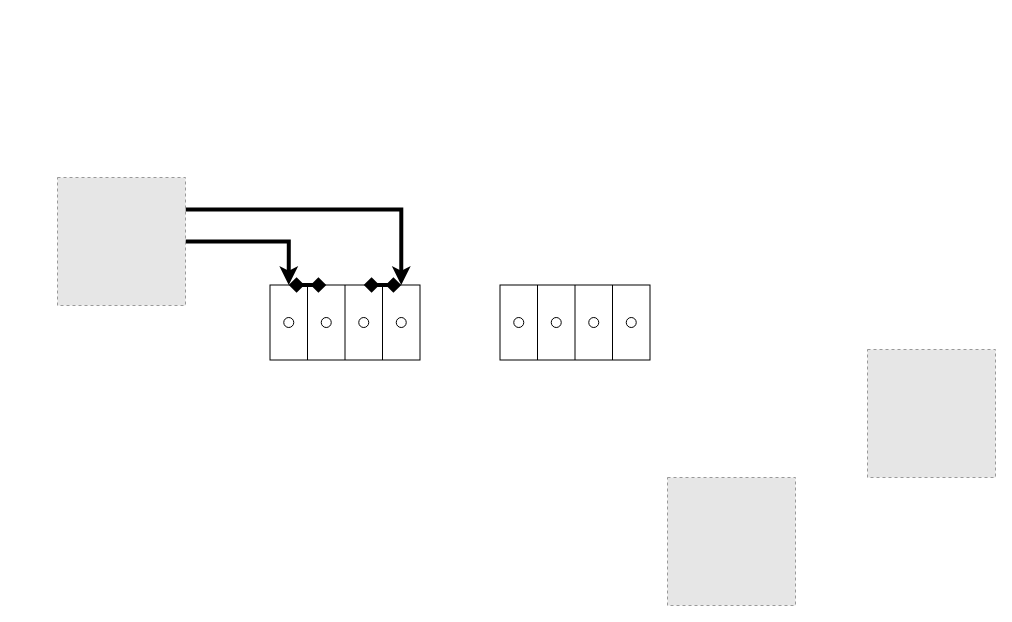
Earlier version of the draw.io diagram Untitled Diagram.drawio (kpaiboon/diagrams.net). Source tidied: cells renumbered, new cells numbered last; positions are measured from the earlier drawing's top-left corner, leaving out a move shared by most shapes. Both pictures are drawn from the tidied source at 100%, with x=0, y=0 at pixel (57, 177). Pictures stored in the file or linked from it are replaced by grey dashed boxes.
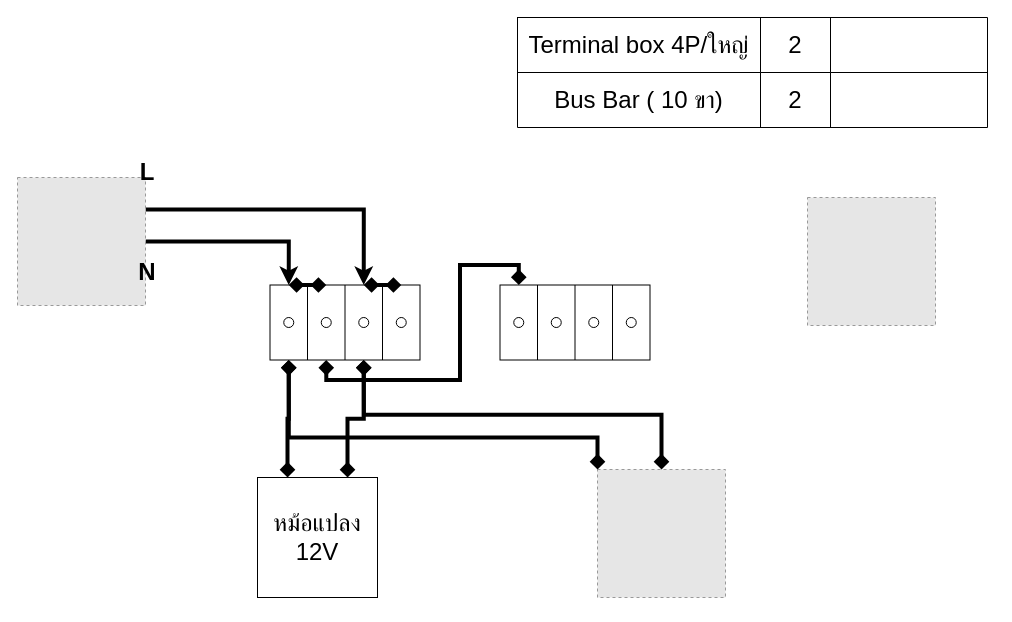
The same page after the edit.

Unchanged cells that the change refers to:
```xml
<mxCell id="7" style="verticalLabelPosition=bottom;shadow=0;dashed=0;align=center;html=1;verticalAlign=top;shape=mxgraph.electrical.miscellaneous.terminal_board;rotation=-90;" parent="1" vertex="1">
  <mxGeometry x="250" y="70" width="75" height="150" as="geometry" />
</mxCell>
<mxCell id="8" style="verticalLabelPosition=bottom;shadow=0;dashed=0;align=center;html=1;verticalAlign=top;shape=mxgraph.electrical.miscellaneous.terminal_board;rotation=-90;" parent="1" vertex="1">
  <mxGeometry x="480" y="70" width="75" height="150" as="geometry" />
</mxCell>
```

Diff of the diagram source:
```diff
@@
     <mxCell id="2" style="fillColor=#E6E6E6;strokeColor=#999999;dashed=1;html=1;verticalAlign=top;verticalLabelPosition=bottom;labelBackgroundColor=#ffffff;" parent="1" vertex="1">
-      <mxGeometry x="610" y="300" width="128" height="128" as="geometry" />
+      <mxGeometry x="750" y="20" width="128" height="128" as="geometry" />
     </mxCell>
@@
-    <mxCell id="4" style="edgeStyle=orthogonalEdgeStyle;rounded=0;jettySize=auto;html=1;exitX=1;exitY=0.25;exitDx=0;exitDy=0;entryX=1;entryY=0.875;entryDx=0;entryDy=0;entryPerimeter=0;strokeWidth=4;" parent="1" edge="1" source="5" target="7">
-      <mxGeometry relative="1" as="geometry" />
+    <mxCell id="4" style="edgeStyle=orthogonalEdgeStyle;rounded=0;jettySize=auto;html=1;exitX=1;exitY=0.25;exitDx=0;exitDy=0;strokeWidth=4;entryX=1;entryY=0.625;entryDx=0;entryDy=0;entryPerimeter=0;" parent="1" edge="1" source="5" target="7">
+      <mxGeometry relative="1" as="geometry">
+        <Array as="points">
+          <mxPoint x="306" y="32" />
+        </Array>
+      </mxGeometry>
     </mxCell>
     <mxCell id="5" style="fillColor=#E6E6E6;strokeColor=#999999;dashed=1;html=1;verticalAlign=top;verticalLabelPosition=bottom;labelBackgroundColor=#ffffff;" parent="1" vertex="1">
-      <mxGeometry width="128" height="128" as="geometry" />
+      <mxGeometry x="-40" width="128" height="128" as="geometry" />
     </mxCell>
     <mxCell id="6" style="fillColor=#E6E6E6;strokeColor=#999999;dashed=1;html=1;verticalAlign=top;verticalLabelPosition=bottom;labelBackgroundColor=#ffffff;" parent="1" vertex="1">
-      <mxGeometry x="810" y="172" width="128" height="128" as="geometry" />
+      <mxGeometry x="540" y="292" width="128" height="128" as="geometry" />
     </mxCell>
+    <mxCell id="11" style="edgeStyle=orthogonalEdgeStyle;rounded=0;jettySize=auto;html=1;exitX=0;exitY=0.125;exitDx=0;exitDy=0;exitPerimeter=0;fontSize=24;startArrow=diamond;startFill=1;endArrow=diamond;endFill=1;strokeWidth=4;entryX=0.25;entryY=0;entryDx=0;entryDy=0;" parent="1" edge="1" source="7" target="27">
+      <mxGeometry relative="1" as="geometry" />
+    </mxCell>
+    <mxCell id="12" style="edgeStyle=orthogonalEdgeStyle;rounded=0;jettySize=auto;html=1;exitX=0;exitY=0.625;exitDx=0;exitDy=0;exitPerimeter=0;entryX=0.75;entryY=0;entryDx=0;entryDy=0;fontSize=24;startArrow=diamond;startFill=1;endArrow=diamond;endFill=1;strokeWidth=4;" parent="1" edge="1" source="7" target="27">
+      <mxGeometry relative="1" as="geometry" />
+    </mxCell>
+    <mxCell id="13" style="edgeStyle=orthogonalEdgeStyle;rounded=0;jettySize=auto;html=1;exitX=0;exitY=0.125;exitDx=0;exitDy=0;exitPerimeter=0;entryX=0;entryY=0;entryDx=0;entryDy=0;fontSize=24;startArrow=diamond;startFill=1;endArrow=diamond;endFill=1;strokeWidth=4;" parent="1" edge="1" source="7" target="6">
+      <mxGeometry relative="1" as="geometry">
+        <Array as="points">
+          <mxPoint x="231" y="260" />
+          <mxPoint x="540" y="260" />
+        </Array>
+      </mxGeometry>
+    </mxCell>
+    <mxCell id="14" style="edgeStyle=orthogonalEdgeStyle;rounded=0;jettySize=auto;html=1;exitX=0;exitY=0.625;exitDx=0;exitDy=0;exitPerimeter=0;fontSize=24;startArrow=diamond;startFill=1;endArrow=diamond;endFill=1;strokeWidth=4;" parent="1" edge="1" source="7" target="6">
+      <mxGeometry relative="1" as="geometry" />
+    </mxCell>
+    <mxCell id="15" style="edgeStyle=orthogonalEdgeStyle;rounded=0;jettySize=auto;html=1;exitX=0;exitY=0.375;exitDx=0;exitDy=0;exitPerimeter=0;entryX=1;entryY=0.125;entryDx=0;entryDy=0;entryPerimeter=0;fontSize=24;startArrow=diamond;startFill=1;endArrow=diamond;endFill=1;strokeWidth=4;" parent="1" edge="1" source="7" target="8">
+      <mxGeometry relative="1" as="geometry" />
+    </mxCell>
@@
     <mxCell id="10" style="edgeStyle=orthogonalEdgeStyle;rounded=0;orthogonalLoop=1;jettySize=auto;html=1;exitX=1;exitY=0.625;exitDx=0;exitDy=0;exitPerimeter=0;entryX=1;entryY=0.875;entryDx=0;entryDy=0;entryPerimeter=0;strokeWidth=4;startArrow=diamond;startFill=1;endArrow=diamond;endFill=1;" parent="1" edge="1" source="7" target="7">
-      <mxGeometry relative="1" as="geometry" />
+      <mxGeometry relative="1" as="geometry">
+        <Array as="points">
+          <mxPoint x="330" y="108" />
+          <mxPoint x="330" y="108" />
+        </Array>
+      </mxGeometry>
     </mxCell>
+    <mxCell id="16" value="L" style="text;html=1;strokeColor=none;fillColor=none;align=center;verticalAlign=middle;whiteSpace=wrap;rounded=0;fontStyle=1;fontSize=24;" parent="1" vertex="1">
+      <mxGeometry x="60" y="-20" width="60" height="30" as="geometry" />
+    </mxCell>
+    <mxCell id="17" value="N" style="text;html=1;strokeColor=none;fillColor=none;align=center;verticalAlign=middle;whiteSpace=wrap;rounded=0;fontStyle=1;fontSize=24;" parent="1" vertex="1">
+      <mxGeometry x="60" y="80" width="60" height="30" as="geometry" />
+    </mxCell>
+    <mxCell id="18" style="shape=table;startSize=0;childLayout=tableLayout;fontSize=24;" parent="1" vertex="1">
+      <mxGeometry x="460" y="-160" width="470" height="110" as="geometry" />
+    </mxCell>
+    <mxCell id="19" style="shape=partialRectangle;fillColor=none;top=0;left=0;bottom=0;right=0;fontSize=24;" parent="18" vertex="1">
+      <mxGeometry width="470" height="55" as="geometry" />
+    </mxCell>
+    <mxCell id="20" value="Terminal box 4P/ใหญ่" style="shape=partialRectangle;html=1;whiteSpace=wrap;overflow=hidden;fillColor=none;top=0;left=0;bottom=0;right=0;fontSize=24;" parent="19" vertex="1">
+      <mxGeometry width="243" height="55" as="geometry" />
+    </mxCell>
+    <mxCell id="21" value="2" style="shape=partialRectangle;html=1;whiteSpace=wrap;overflow=hidden;fillColor=none;top=0;left=0;bottom=0;right=0;fontSize=24;" parent="19" vertex="1">
+      <mxGeometry x="243" width="70" height="55" as="geometry" />
+    </mxCell>
+    <mxCell id="22" style="shape=partialRectangle;html=1;whiteSpace=wrap;overflow=hidden;fillColor=none;top=0;left=0;bottom=0;right=0;fontSize=24;" parent="19" vertex="1">
+      <mxGeometry x="313" width="157" height="55" as="geometry" />
+    </mxCell>
+    <mxCell id="23" style="shape=partialRectangle;fillColor=none;top=0;left=0;bottom=0;right=0;fontSize=24;" parent="18" vertex="1">
+      <mxGeometry y="55" width="470" height="55" as="geometry" />
+    </mxCell>
+    <mxCell id="24" value="Bus Bar ( 10 ขา)" style="shape=partialRectangle;html=1;whiteSpace=wrap;overflow=hidden;fillColor=none;top=0;left=0;bottom=0;right=0;fontSize=24;" parent="23" vertex="1">
+      <mxGeometry width="243" height="55" as="geometry" />
+    </mxCell>
+    <mxCell id="25" value="2" style="shape=partialRectangle;html=1;whiteSpace=wrap;overflow=hidden;fillColor=none;top=0;left=0;bottom=0;right=0;fontSize=24;" parent="23" vertex="1">
+      <mxGeometry x="243" width="70" height="55" as="geometry" />
+    </mxCell>
+    <mxCell id="26" style="shape=partialRectangle;html=1;whiteSpace=wrap;overflow=hidden;fillColor=none;top=0;left=0;bottom=0;right=0;fontSize=24;" parent="23" vertex="1">
+      <mxGeometry x="313" width="157" height="55" as="geometry" />
+    </mxCell>
+    <mxCell id="27" value="หม้อแปลง 12V" style="whiteSpace=wrap;html=1;fontSize=24;" parent="1" vertex="1">
+      <mxGeometry x="200" y="300" width="120" height="120" as="geometry" />
+    </mxCell>
```
